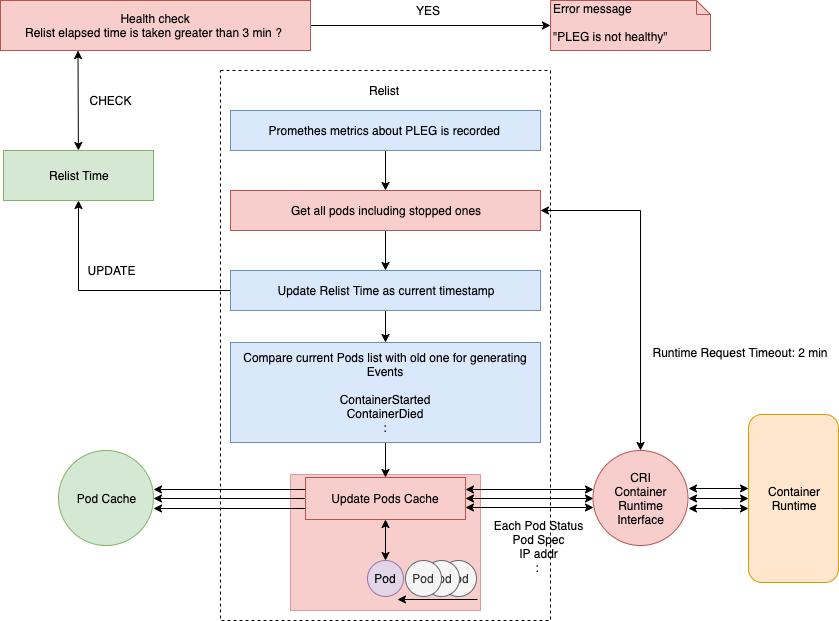
bysnupy/blog keeps this draw.io diagram as kubernetes/PLEG.png. Above is the earlier version. Source tidied: cells renumbered, new cells last; positions are measured from the earlier drawing's top-left corner, leaving out a move shared by most shapes.
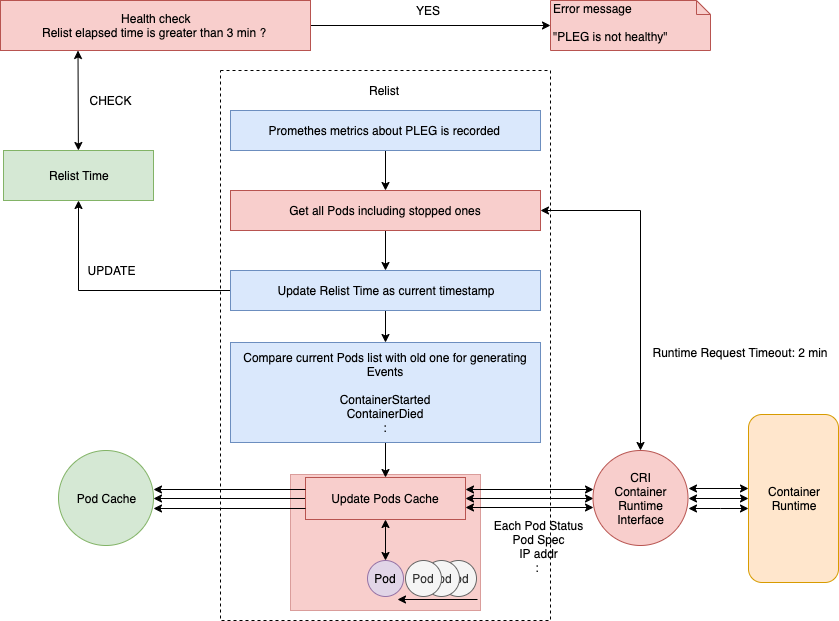
After the commit.

Diff of the diagram source:
```diff
@@ -17,7 +17,7 @@
     <mxCell id="6" style="edgeStyle=none;rounded=0;jettySize=auto;html=1;exitX=0.25;exitY=1;exitDx=0;exitDy=0;startArrow=classic;startFill=1;endArrow=classic;endFill=1;" parent="1" edge="1" source="7" target="4">
       <mxGeometry relative="1" as="geometry" />
     </mxCell>
-    <mxCell id="7" value="Health check&lt;br&gt;Relist elapsed time is taken greater than 3 min ?&amp;nbsp;" style="html=1;fillColor=#f8cecc;strokeColor=#b85450;" parent="1" vertex="1">
+    <mxCell id="7" value="Health check&lt;br&gt;Relist elapsed time is greater than 3 min ?&amp;nbsp;" style="html=1;fillColor=#f8cecc;strokeColor=#b85450;" parent="1" vertex="1">
       <mxGeometry width="310" height="50" as="geometry" />
     </mxCell>
     <mxCell id="8" value="Error message&lt;br&gt;&lt;br&gt;&quot;PLEG is not healthy&quot;" style="shape=note;whiteSpace=wrap;html=1;size=14;verticalAlign=top;align=left;spacingTop=-6;fillColor=#f8cecc;strokeColor=#b85450;" parent="1" vertex="1">
@@ -38,7 +38,7 @@
     <mxCell id="13" style="edgeStyle=none;rounded=0;jettySize=auto;html=1;exitX=0.5;exitY=1;exitDx=0;exitDy=0;entryX=0.5;entryY=0;entryDx=0;entryDy=0;startArrow=none;startFill=0;endArrow=classic;endFill=1;" parent="1" edge="1" source="14" target="17">
       <mxGeometry relative="1" as="geometry" />
     </mxCell>
-    <mxCell id="14" value="Get all pods including stopped ones" style="rounded=0;whiteSpace=wrap;html=1;fillColor=#f8cecc;strokeColor=#b85450;" parent="1" vertex="1">
+    <mxCell id="14" value="Get all Pods including stopped ones" style="rounded=0;whiteSpace=wrap;html=1;fillColor=#f8cecc;strokeColor=#b85450;" parent="1" vertex="1">
       <mxGeometry x="230" y="190" width="310" height="40" as="geometry" />
     </mxCell>
     <mxCell id="15" style="edgeStyle=orthogonalEdgeStyle;rounded=0;jettySize=auto;html=1;exitX=0;exitY=0.5;exitDx=0;exitDy=0;entryX=0.5;entryY=1;entryDx=0;entryDy=0;startArrow=none;startFill=0;endArrow=classic;endFill=1;" parent="1" edge="1" source="17" target="4">
```
